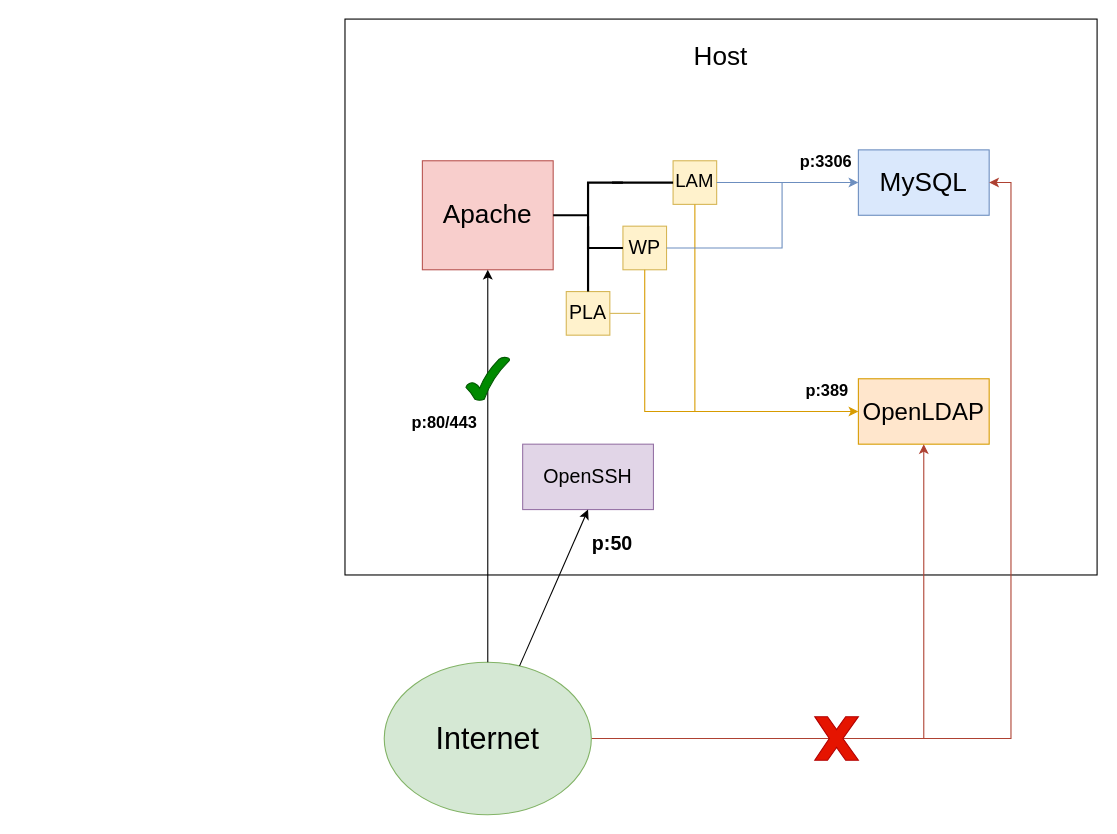
Before: Flowcharts/flowchart.drawio in mrmysko/Linux2-Grubbarbete, a draw.io diagram. Source tidied: cells renumbered, new cells numbered last; positions are measured from the earlier drawing's top-left corner, leaving out a move shared by most shapes. Both pictures are drawn from the tidied source at 109%, with x=0, y=0 at pixel (344, 19).
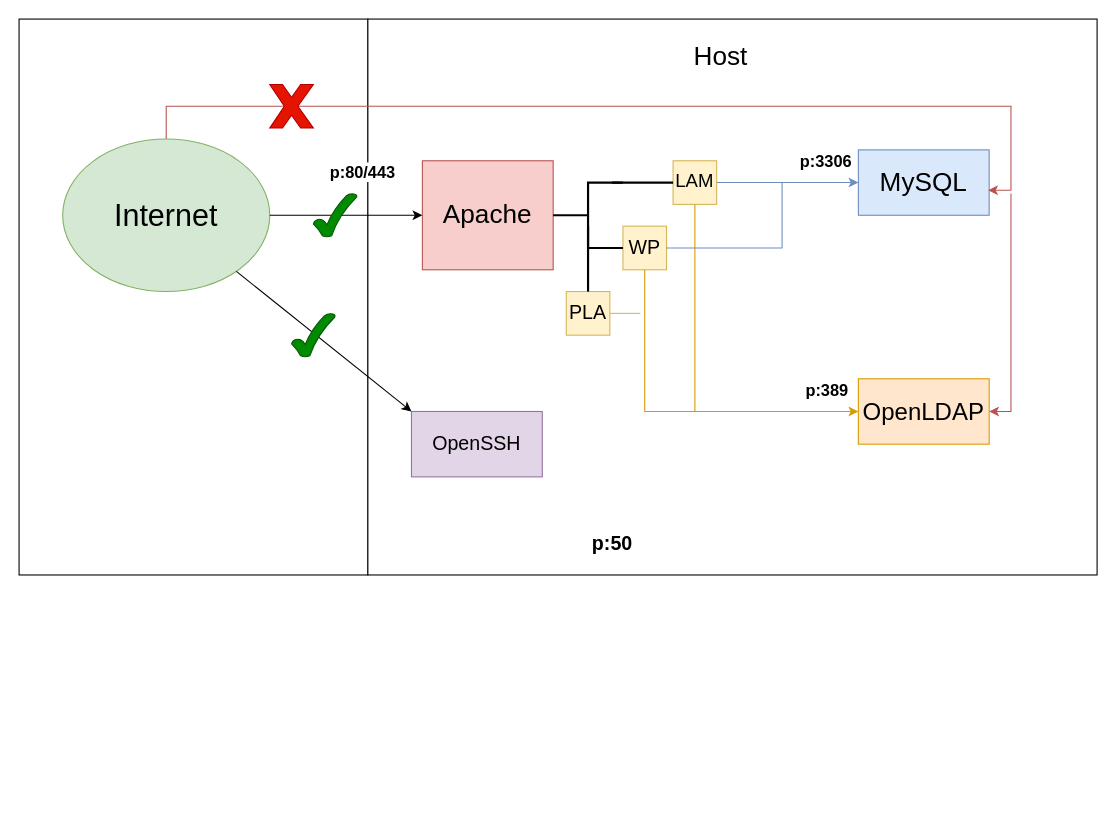
Above is the later version.

The change refers to these unchanged cells:
```xml
<mxCell id="5" value="MySQL" style="rounded=0;whiteSpace=wrap;html=1;fontSize=24;fillColor=#dae8fc;strokeColor=#6c8ebf;" parent="1" vertex="1">
  <mxGeometry x="471" y="120" width="120" height="60" as="geometry" />
</mxCell>
<mxCell id="6" value="&lt;font style=&quot;font-size: 22px;&quot;&gt;OpenLDAP&lt;/font&gt;" style="rounded=0;whiteSpace=wrap;html=1;fontSize=24;fillColor=#ffe6cc;strokeColor=#d79b00;" parent="1" vertex="1">
  <mxGeometry x="471" y="330" width="120" height="60" as="geometry" />
</mxCell>
```

What changed in the source:
```diff
@@
+    <mxCell id="27" style="rounded=0;whiteSpace=wrap;html=1;" parent="1" vertex="1">
+      <mxGeometry x="-299" width="320" height="510" as="geometry" />
+    </mxCell>
+    <mxCell id="28" style="rounded=0;whiteSpace=wrap;html=1;strokeColor=none;" parent="1" vertex="1">
+      <mxGeometry x="21" width="670" height="510" as="geometry" />
+    </mxCell>
     <mxCell id="2" style="rounded=0;whiteSpace=wrap;html=1;fontFamily=Verdana;fontSize=24;align=center;" parent="1" vertex="1">
-      <mxGeometry width="690" height="510" as="geometry" />
+      <mxGeometry x="21" width="669" height="510" as="geometry" />
     </mxCell>
@@
-    <mxCell id="9" style="edgeStyle=orthogonalEdgeStyle;rounded=0;jettySize=auto;html=1;exitX=1;exitY=0.5;exitDx=0;exitDy=0;entryX=1;entryY=0.5;entryDx=0;entryDy=0;fillColor=#fad9d5;strokeColor=#ae4132;" parent="1" edge="1" source="10" target="5">
-      <mxGeometry relative="1" as="geometry" />
+    <mxCell id="9" style="edgeStyle=orthogonalEdgeStyle;rounded=0;jettySize=auto;html=1;exitX=0.5;exitY=0;exitDx=0;exitDy=0;entryX=0.992;entryY=0.617;entryDx=0;entryDy=0;entryPerimeter=0;fillColor=#f8cecc;strokeColor=#b85450;" parent="1" edge="1" source="10" target="5">
+      <mxGeometry relative="1" as="geometry">
+        <Array as="points">
+          <mxPoint x="-164" y="80" />
+          <mxPoint x="611" y="80" />
+          <mxPoint x="611" y="157" />
+        </Array>
+      </mxGeometry>
     </mxCell>
     <mxCell id="10" value="&lt;font style=&quot;font-size: 28px;&quot;&gt;Internet&lt;/font&gt;" style="ellipse;whiteSpace=wrap;html=1;fillColor=#d5e8d4;strokeColor=#82b366;" parent="1" vertex="1">
-      <mxGeometry x="36" y="590" width="190" height="140" as="geometry" />
+      <mxGeometry x="-259" y="110" width="190" height="140" as="geometry" />
     </mxCell>
@@
     <mxCell id="18" value="&lt;font style=&quot;font-size: 18px;&quot;&gt;OpenSSH&lt;/font&gt;" style="rounded=0;whiteSpace=wrap;html=1;fillColor=#e1d5e7;strokeColor=#9673a6;" parent="1" vertex="1">
-      <mxGeometry x="163" y="390" width="120" height="60" as="geometry" />
+      <mxGeometry x="61" y="360" width="120" height="60" as="geometry" />
     </mxCell>
-    <mxCell id="19" style="endArrow=classic;html=1;fontSize=18;entryX=0.5;entryY=1;entryDx=0;entryDy=0;" parent="1" edge="1" source="10" target="18">
+    <mxCell id="19" style="endArrow=classic;html=1;fontSize=18;entryX=0;entryY=0;entryDx=0;entryDy=0;" parent="1" edge="1" source="10" target="18">
       <mxGeometry relative="1" as="geometry" />
     </mxCell>
@@
     <mxCell id="24" style="verticalLabelPosition=bottom;verticalAlign=top;html=1;shape=mxgraph.basic.x;fillColor=#e51400;fontColor=#ffffff;strokeColor=#B20000;" parent="1" vertex="1">
-      <mxGeometry x="431" y="640" width="40" height="40" as="geometry" />
+      <mxGeometry x="-69" y="60" width="40" height="40" as="geometry" />
     </mxCell>
     <mxCell id="25" style="verticalLabelPosition=bottom;verticalAlign=top;html=1;shape=mxgraph.basic.tick;fillColor=#008a00;strokeColor=#005700;fontColor=#ffffff;" parent="1" vertex="1">
-      <mxGeometry x="111" y="310" width="40" height="40" as="geometry" />
+      <mxGeometry x="-29" y="160" width="40" height="40" as="geometry" />
     </mxCell>
-    <mxCell id="26" style="endArrow=classic;html=1;rounded=0;entryX=0.5;entryY=1;entryDx=0;entryDy=0;fillColor=#fad9d5;strokeColor=#ae4132;" parent="1" edge="1" target="6">
-      <mxGeometry relative="1" as="geometry">
-        <mxPoint x="531" y="660" as="sourcePoint" />
-      </mxGeometry>
-    </mxCell>
+    <mxCell id="29" style="endArrow=classic;html=1;rounded=0;entryX=1;entryY=0.5;entryDx=0;entryDy=0;fillColor=#f8cecc;strokeColor=#b85450;" parent="1" edge="1" target="6">
+      <mxGeometry relative="1" as="geometry">
+        <mxPoint x="611" y="160" as="sourcePoint" />
+        <Array as="points">
+          <mxPoint x="611" y="260" />
+          <mxPoint x="611" y="360" />
+        </Array>
+      </mxGeometry>
+    </mxCell>
+    <mxCell id="30" style="verticalLabelPosition=bottom;verticalAlign=top;html=1;shape=mxgraph.basic.tick;fillColor=#008a00;strokeColor=#005700;fontColor=#ffffff;" parent="1" vertex="1">
+      <mxGeometry x="-49" y="270" width="40" height="40" as="geometry" />
+    </mxCell>
```
